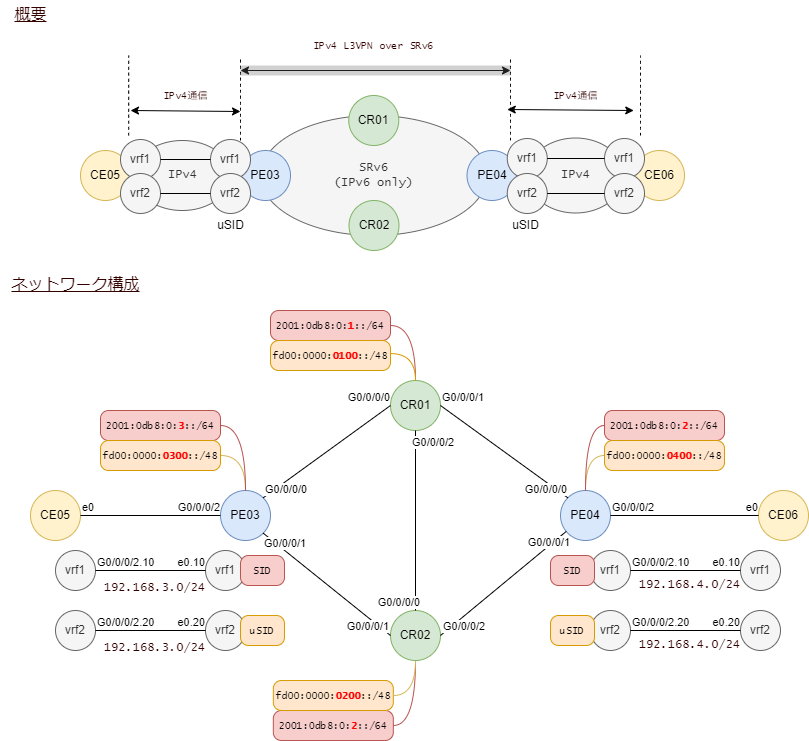
Earlier version of the draw.io export iosxr_config/img/srv6_l3vpn_usid_flexalgo.drawio.png (takamitsu-iida/srv6-guide). Source tidied: cells renumbered, new cells last; positions are measured from the earlier drawing's top-left corner, leaving out a move shared by most shapes.
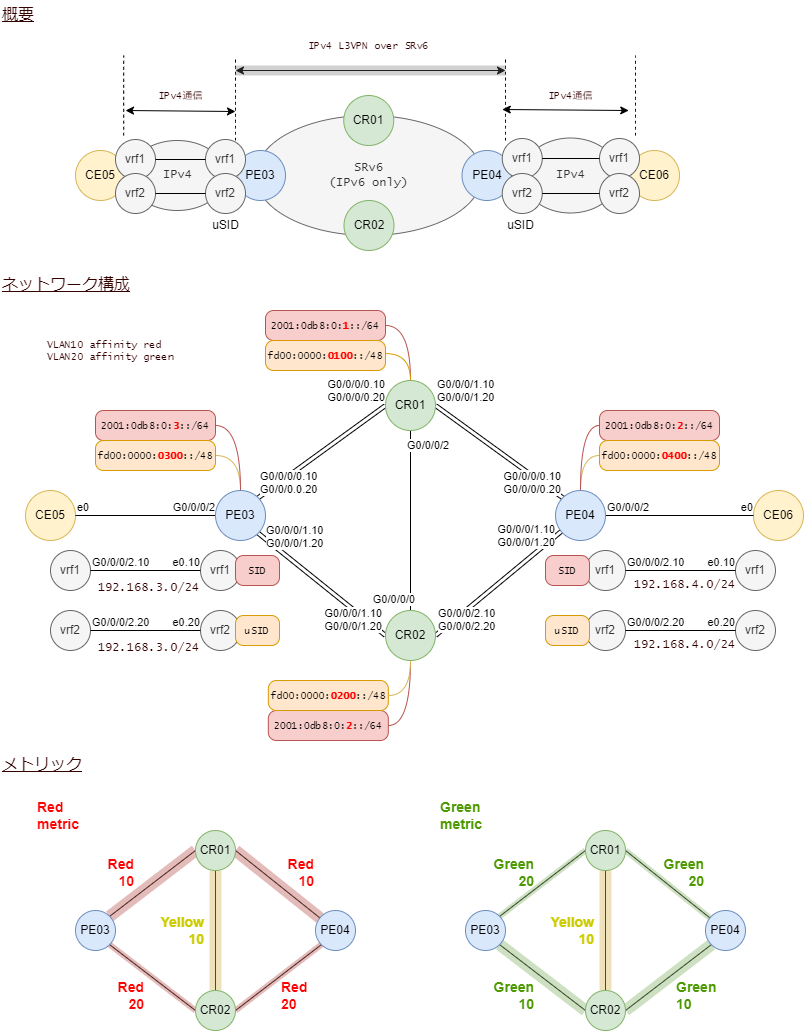
The same file after the commit.

Diff of the diagram source:
```diff
@@ -50,8 +50,8 @@
     <mxCell id="14" value="IPv4通信" style="text;html=1;align=center;verticalAlign=middle;strokeColor=none;fillColor=none;fontSize=10;fontFamily=Lucida Console;fontColor=#330000;" parent="1" vertex="1">
       <mxGeometry x="540" y="80" width="70" height="30" as="geometry" />
     </mxCell>
-    <mxCell id="15" value="&lt;u&gt;概要&lt;/u&gt;" style="text;html=1;align=center;verticalAlign=middle;strokeColor=none;fillColor=none;fontSize=16;fontFamily=Lucida Console;fontColor=#330000;" parent="1" vertex="1">
-      <mxGeometry width="60" height="30" as="geometry" />
+    <mxCell id="15" value="&lt;u&gt;概要&lt;/u&gt;" style="text;html=1;align=left;verticalAlign=middle;strokeColor=none;fillColor=none;fontSize=16;fontFamily=Lucida Console;fontColor=#330000;" parent="1" vertex="1">
+      <mxGeometry x="5" width="60" height="30" as="geometry" />
     </mxCell>
     <mxCell id="16" style="endArrow=none;dashed=1;html=1;fontFamily=Lucida Console;fontSize=10;fontColor=#FF0000;curved=1;" parent="1" edge="1">
       <mxGeometry relative="1" as="geometry">
@@ -131,73 +131,63 @@
     <mxCell id="36" value="uSID" style="text;html=1;align=center;verticalAlign=middle;strokeColor=none;fillColor=none;" parent="1" vertex="1">
       <mxGeometry x="500" y="210" width="50" height="30" as="geometry" />
     </mxCell>
-    <mxCell id="37" value="CR01" style="ellipse;whiteSpace=wrap;html=1;fillColor=#d5e8d4;strokeColor=#82b366;" parent="1" vertex="1">
-      <mxGeometry x="390" y="380" width="50" height="50" as="geometry" />
-    </mxCell>
-    <mxCell id="38" value="CR02" style="ellipse;whiteSpace=wrap;html=1;fillColor=#d5e8d4;strokeColor=#82b366;" parent="1" vertex="1">
-      <mxGeometry x="390" y="610" width="50" height="50" as="geometry" />
-    </mxCell>
-    <mxCell id="39" value="PE03" style="ellipse;whiteSpace=wrap;html=1;fillColor=#dae8fc;strokeColor=#6c8ebf;" parent="1" vertex="1">
-      <mxGeometry x="220" y="490" width="50" height="50" as="geometry" />
-    </mxCell>
-    <mxCell id="40" value="PE04" style="ellipse;whiteSpace=wrap;html=1;fillColor=#dae8fc;strokeColor=#6c8ebf;" parent="1" vertex="1">
-      <mxGeometry x="560" y="490" width="50" height="50" as="geometry" />
-    </mxCell>
     <mxCell id="41" style="endArrow=none;html=1;exitX=0.5;exitY=1;exitDx=0;exitDy=0;endFill=0;" parent="1" edge="1" source="37" target="38">
       <mxGeometry relative="1" as="geometry" />
     </mxCell>
     <mxCell id="42" value="G0/0/0/2" style="edgeLabel;html=1;align=left;verticalAlign=bottom;" parent="41" vertex="1">
       <mxGeometry x="-1" relative="1" as="geometry">
-        <mxPoint x="-5" y="20" as="offset" />
+        <mxPoint x="-5" y="23" as="offset" />
       </mxGeometry>
     </mxCell>
     <mxCell id="43" value="G0/0/0/0" style="edgeLabel;html=1;align=right;verticalAlign=bottom;" parent="41" vertex="1">
       <mxGeometry x="1" relative="1" as="geometry">
-        <mxPoint x="5" as="offset" />
+        <mxPoint x="5" y="-3" as="offset" />
       </mxGeometry>
     </mxCell>
-    <mxCell id="44" style="endArrow=none;html=1;exitX=1;exitY=0.5;exitDx=0;exitDy=0;endFill=0;entryX=0;entryY=0;entryDx=0;entryDy=0;rounded=1;" parent="1" edge="1" source="37" target="40">
+    <mxCell id="44" style="endArrow=none;html=1;exitX=1;exitY=0.5;exitDx=0;exitDy=0;endFill=0;entryX=0;entryY=0;entryDx=0;entryDy=0;rounded=1;shape=link;" parent="1" edge="1" source="37" target="40">
       <mxGeometry relative="1" as="geometry" />
     </mxCell>
-    <mxCell id="45" value="G0/0/0/1" style="edgeLabel;html=1;align=left;verticalAlign=bottom;" parent="44" vertex="1">
+    <mxCell id="45" value="G0/0/0/1.10&lt;br&gt;G0/0/0/1.20" style="edgeLabel;html=1;align=left;verticalAlign=bottom;" parent="44" vertex="1">
       <mxGeometry x="-1" relative="1" as="geometry" />
     </mxCell>
-    <mxCell id="46" value="G0/0/0/0" style="edgeLabel;html=1;align=right;verticalAlign=bottom;" parent="44" vertex="1">
-      <mxGeometry x="1" relative="1" as="geometry" />
+    <mxCell id="46" value="G0/0/0/0.10&lt;br&gt;G0/0/0/0.20" style="edgeLabel;html=1;align=right;verticalAlign=bottom;" parent="44" vertex="1">
+      <mxGeometry x="1" relative="1" as="geometry">
+        <mxPoint x="-1" as="offset" />
+      </mxGeometry>
     </mxCell>
-    <mxCell id="47" style="endArrow=none;html=1;exitX=1;exitY=0.5;exitDx=0;exitDy=0;endFill=0;rounded=1;" parent="1" edge="1" source="38" target="40">
+    <mxCell id="47" style="endArrow=none;html=1;exitX=1;exitY=0.5;exitDx=0;exitDy=0;endFill=0;rounded=1;shape=link;" parent="1" edge="1" source="38" target="40">
       <mxGeometry relative="1" as="geometry" />
     </mxCell>
-    <mxCell id="48" value="G0/0/0/2" style="edgeLabel;html=1;align=left;verticalAlign=bottom;" parent="47" vertex="1">
+    <mxCell id="48" value="G0/0/0/2.10&lt;br&gt;G0/0/0/2.20" style="edgeLabel;html=1;align=left;verticalAlign=bottom;" parent="47" vertex="1">
       <mxGeometry x="-1" relative="1" as="geometry">
         <mxPoint x="1" y="-1" as="offset" />
       </mxGeometry>
     </mxCell>
-    <mxCell id="49" value="G0/0/0/1" style="edgeLabel;html=1;align=right;verticalAlign=bottom;" parent="47" vertex="1">
+    <mxCell id="49" value="G0/0/0/1.10&lt;br&gt;G0/0/0/1.20" style="edgeLabel;html=1;align=right;verticalAlign=bottom;" parent="47" vertex="1">
       <mxGeometry x="1" relative="1" as="geometry">
-        <mxPoint x="4" y="19" as="offset" />
+        <mxPoint x="-6" y="19" as="offset" />
       </mxGeometry>
     </mxCell>
-    <mxCell id="50" style="endArrow=none;html=1;exitX=1;exitY=1;exitDx=0;exitDy=0;endFill=0;entryX=0;entryY=0.5;entryDx=0;entryDy=0;" parent="1" edge="1" source="39" target="38">
+    <mxCell id="50" style="endArrow=none;html=1;exitX=1;exitY=1;exitDx=0;exitDy=0;endFill=0;entryX=0;entryY=0.5;entryDx=0;entryDy=0;shape=link;" parent="1" edge="1" source="39" target="38">
       <mxGeometry relative="1" as="geometry" />
     </mxCell>
-    <mxCell id="51" value="G0/0/0/1" style="edgeLabel;html=1;align=left;verticalAlign=bottom;" parent="50" vertex="1">
+    <mxCell id="51" value="G0/0/0/1.10&lt;br&gt;G0/0/0/1.20" style="edgeLabel;html=1;align=left;verticalAlign=bottom;" parent="50" vertex="1">
       <mxGeometry x="-1" relative="1" as="geometry">
-        <mxPoint x="-1" y="18" as="offset" />
+        <mxPoint x="6" y="18" as="offset" />
       </mxGeometry>
     </mxCell>
-    <mxCell id="52" value="G0/0/0/1" style="edgeLabel;html=1;align=right;verticalAlign=bottom;" parent="50" vertex="1">
+    <mxCell id="52" value="G0/0/0/1.10&lt;br&gt;G0/0/0/1.20" style="edgeLabel;html=1;align=right;verticalAlign=bottom;" parent="50" vertex="1">
       <mxGeometry x="1" relative="1" as="geometry">
-        <mxPoint x="-1" y="-1" as="offset" />
+        <mxPoint x="-3" y="-1" as="offset" />
       </mxGeometry>
     </mxCell>
-    <mxCell id="53" style="endArrow=none;html=1;exitX=1;exitY=0;exitDx=0;exitDy=0;endFill=0;entryX=0;entryY=0.5;entryDx=0;entryDy=0;" parent="1" edge="1" source="39" target="37">
+    <mxCell id="53" style="endArrow=none;html=1;exitX=1;exitY=0;exitDx=0;exitDy=0;endFill=0;entryX=0;entryY=0.5;entryDx=0;entryDy=0;shape=link;" parent="1" edge="1" source="39" target="37">
       <mxGeometry relative="1" as="geometry" />
     </mxCell>
-    <mxCell id="54" value="G0/0/0/0" style="edgeLabel;html=1;align=left;verticalAlign=bottom;" parent="53" vertex="1">
+    <mxCell id="54" value="G0/0/0/0.10&lt;br&gt;G0/0/0.0.20" style="edgeLabel;html=1;align=left;verticalAlign=bottom;" parent="53" vertex="1">
       <mxGeometry x="-1" relative="1" as="geometry" />
     </mxCell>
-    <mxCell id="55" value="G0/0/0/0" style="edgeLabel;html=1;align=right;verticalAlign=bottom;" parent="53" vertex="1">
+    <mxCell id="55" value="G0/0/0/0.10&lt;br&gt;G0/0/0/0.20" style="edgeLabel;html=1;align=right;verticalAlign=bottom;" parent="53" vertex="1">
       <mxGeometry x="1" relative="1" as="geometry" />
     </mxCell>
     <mxCell id="56" value="CE06" style="ellipse;whiteSpace=wrap;html=1;fillColor=#fff2cc;strokeColor=#d6b656;" parent="1" vertex="1">
@@ -284,8 +274,8 @@
     <mxCell id="83" style="edgeStyle=orthogonalEdgeStyle;curved=1;html=1;entryX=1;entryY=0.5;entryDx=0;entryDy=0;fontFamily=Lucida Console;fontSize=10;fontColor=#FF0000;endArrow=none;endFill=0;fillColor=#f8cecc;strokeColor=#b85450;" parent="1" edge="1" source="37" target="82">
       <mxGeometry relative="1" as="geometry" />
     </mxCell>
-    <mxCell id="84" value="&lt;u&gt;ネットワーク構成&lt;/u&gt;" style="text;html=1;align=center;verticalAlign=middle;strokeColor=none;fillColor=none;fontSize=16;fontFamily=Lucida Console;fontColor=#330000;" parent="1" vertex="1">
-      <mxGeometry y="270" width="150" height="30" as="geometry" />
+    <mxCell id="84" value="&lt;u&gt;ネットワーク構成&lt;/u&gt;" style="text;html=1;align=left;verticalAlign=middle;strokeColor=none;fillColor=none;fontSize=16;fontFamily=Lucida Console;fontColor=#330000;" parent="1" vertex="1">
+      <mxGeometry x="5" y="270" width="150" height="30" as="geometry" />
     </mxCell>
     <mxCell id="85" value="fd00:0000:&lt;b&gt;&lt;font color=&quot;#ff0000&quot;&gt;0100&lt;/font&gt;&lt;/b&gt;::/48" style="rounded=1;whiteSpace=wrap;html=1;strokeColor=#d79b00;strokeWidth=1;fontFamily=Lucida Console;fontSize=10;fillColor=#ffe6cc;arcSize=27;" parent="1" vertex="1">
       <mxGeometry x="270" y="340" width="120" height="30" as="geometry" />
@@ -359,5 +349,143 @@
     <mxCell id="108" style="edgeStyle=orthogonalEdgeStyle;curved=1;html=1;fontFamily=Lucida Console;fontSize=10;fontColor=#FF0000;endArrow=none;endFill=0;entryX=0;entryY=0.5;entryDx=0;entryDy=0;exitX=0.5;exitY=0;exitDx=0;exitDy=0;fillColor=#f8cecc;strokeColor=#b85450;" parent="1" edge="1" source="40" target="80">
       <mxGeometry relative="1" as="geometry" />
     </mxCell>
+    <mxCell id="109" value="&lt;b&gt;&lt;font color=&quot;#ff0000&quot;&gt;Red&lt;br&gt;metric&lt;br&gt;&lt;/font&gt;&lt;/b&gt;" style="text;html=1;align=left;verticalAlign=middle;strokeColor=none;fillColor=none;fontSize=14;" parent="1" vertex="1">
+      <mxGeometry x="40" y="790" width="70" height="50" as="geometry" />
+    </mxCell>
+    <mxCell id="37" value="CR01" style="ellipse;whiteSpace=wrap;html=1;fillColor=#d5e8d4;strokeColor=#82b366;" parent="1" vertex="1">
+      <mxGeometry x="390" y="380" width="50" height="50" as="geometry" />
+    </mxCell>
+    <mxCell id="38" value="CR02" style="ellipse;whiteSpace=wrap;html=1;fillColor=#d5e8d4;strokeColor=#82b366;" parent="1" vertex="1">
+      <mxGeometry x="390" y="610" width="50" height="50" as="geometry" />
+    </mxCell>
+    <mxCell id="39" value="PE03" style="ellipse;whiteSpace=wrap;html=1;fillColor=#dae8fc;strokeColor=#6c8ebf;" parent="1" vertex="1">
+      <mxGeometry x="220" y="490" width="50" height="50" as="geometry" />
+    </mxCell>
+    <mxCell id="40" value="PE04" style="ellipse;whiteSpace=wrap;html=1;fillColor=#dae8fc;strokeColor=#6c8ebf;" parent="1" vertex="1">
+      <mxGeometry x="560" y="490" width="50" height="50" as="geometry" />
+    </mxCell>
+    <mxCell id="110" value="VLAN10 affinity red&lt;br&gt;VLAN20 affinity green" style="text;html=1;align=left;verticalAlign=middle;strokeColor=none;fillColor=none;fontSize=10;fontFamily=Lucida Console;fontColor=#330000;" parent="1" vertex="1">
+      <mxGeometry x="50" y="330" width="150" height="40" as="geometry" />
+    </mxCell>
+    <mxCell id="111" style="endArrow=none;html=1;exitX=1;exitY=0;exitDx=0;exitDy=0;entryX=0;entryY=0.5;entryDx=0;entryDy=0;" parent="1" edge="1" source="145" target="146">
+      <mxGeometry relative="1" as="geometry" />
+    </mxCell>
+    <mxCell id="112" style="endArrow=none;html=1;entryX=1;entryY=0.5;entryDx=0;entryDy=0;" parent="1" edge="1" source="148" target="146">
+      <mxGeometry relative="1" as="geometry" />
+    </mxCell>
+    <mxCell id="113" style="endArrow=none;html=1;entryX=1;entryY=1;entryDx=0;entryDy=0;exitX=0;exitY=0.5;exitDx=0;exitDy=0;" parent="1" edge="1" source="147" target="145">
+      <mxGeometry relative="1" as="geometry" />
+    </mxCell>
+    <mxCell id="114" style="endArrow=none;html=1;entryX=0;entryY=1;entryDx=0;entryDy=0;exitX=1;exitY=0.5;exitDx=0;exitDy=0;" parent="1" edge="1" source="147" target="148">
+      <mxGeometry relative="1" as="geometry" />
+    </mxCell>
+    <mxCell id="115" style="endArrow=none;html=1;entryX=0.5;entryY=1;entryDx=0;entryDy=0;" parent="1" edge="1" source="147" target="146">
+      <mxGeometry relative="1" as="geometry" />
+    </mxCell>
+    <mxCell id="116" style="endArrow=none;html=1;strokeWidth=12;fontSize=14;fontColor=#4D9900;opacity=40;fillColor=#fff2cc;strokeColor=#d6b656;exitX=0.5;exitY=0;exitDx=0;exitDy=0;entryX=0.5;entryY=1;entryDx=0;entryDy=0;" parent="1" edge="1" source="147" target="146">
+      <mxGeometry relative="1" as="geometry" />
+    </mxCell>
+    <mxCell id="117" style="endArrow=none;html=1;strokeWidth=12;fontSize=14;fontColor=#4D9900;opacity=40;fillColor=#f8cecc;strokeColor=#b85450;entryX=1;entryY=0;entryDx=0;entryDy=0;exitX=0;exitY=0.5;exitDx=0;exitDy=0;" parent="1" edge="1" source="146" target="145">
+      <mxGeometry relative="1" as="geometry" />
+    </mxCell>
+    <mxCell id="118" style="endArrow=none;html=1;strokeWidth=12;fontSize=14;fontColor=#4D9900;opacity=40;fillColor=#f8cecc;strokeColor=#b85450;exitX=1;exitY=0.5;exitDx=0;exitDy=0;" parent="1" edge="1" source="146" target="148">
+      <mxGeometry relative="1" as="geometry" />
+    </mxCell>
+    <mxCell id="119" value="&lt;b&gt;&lt;font color=&quot;#ff0000&quot;&gt;Red&lt;br&gt;10&lt;/font&gt;&lt;br&gt;&lt;/b&gt;" style="text;html=1;align=right;verticalAlign=middle;strokeColor=none;fillColor=none;fontSize=14;" parent="1" vertex="1">
+      <mxGeometry x="90" y="847" width="50" height="50" as="geometry" />
+    </mxCell>
+    <mxCell id="120" value="&lt;b&gt;&lt;font color=&quot;#ff0000&quot;&gt;Red&lt;br&gt;10&lt;/font&gt;&lt;br&gt;&lt;/b&gt;" style="text;html=1;align=right;verticalAlign=middle;strokeColor=none;fillColor=none;fontSize=14;" parent="1" vertex="1">
+      <mxGeometry x="270" y="847" width="50" height="50" as="geometry" />
+    </mxCell>
+    <mxCell id="121" value="&lt;b&gt;&lt;font color=&quot;#ff0000&quot;&gt;Red&lt;br&gt;20&lt;/font&gt;&lt;br&gt;&lt;/b&gt;" style="text;html=1;align=right;verticalAlign=middle;strokeColor=none;fillColor=none;fontSize=14;" parent="1" vertex="1">
+      <mxGeometry x="100" y="970" width="50" height="50" as="geometry" />
+    </mxCell>
+    <mxCell id="122" value="&lt;b&gt;&lt;font color=&quot;#ff0000&quot;&gt;Red&lt;br&gt;20&lt;/font&gt;&lt;br&gt;&lt;/b&gt;" style="text;html=1;align=left;verticalAlign=middle;strokeColor=none;fillColor=none;fontSize=14;" parent="1" vertex="1">
+      <mxGeometry x="284" y="970" width="50" height="50" as="geometry" />
+    </mxCell>
+    <mxCell id="123" value="&lt;font color=&quot;#cccc00&quot;&gt;Yellow&lt;br&gt;10&lt;/font&gt;" style="text;html=1;align=right;verticalAlign=middle;strokeColor=none;fillColor=none;fontSize=14;fontStyle=1;" parent="1" vertex="1">
+      <mxGeometry x="140" y="905" width="70" height="50" as="geometry" />
+    </mxCell>
+    <mxCell id="124" style="endArrow=none;html=1;exitX=1;exitY=0;exitDx=0;exitDy=0;entryX=0;entryY=0.5;entryDx=0;entryDy=0;" parent="1" edge="1" source="141" target="142">
+      <mxGeometry relative="1" as="geometry" />
+    </mxCell>
+    <mxCell id="125" style="endArrow=none;html=1;entryX=1;entryY=0.5;entryDx=0;entryDy=0;" parent="1" edge="1" source="144" target="142">
+      <mxGeometry relative="1" as="geometry" />
+    </mxCell>
+    <mxCell id="126" style="endArrow=none;html=1;entryX=1;entryY=1;entryDx=0;entryDy=0;exitX=0;exitY=0.5;exitDx=0;exitDy=0;" parent="1" edge="1" source="143" target="141">
+      <mxGeometry relative="1" as="geometry" />
+    </mxCell>
+    <mxCell id="127" style="endArrow=none;html=1;entryX=0;entryY=1;entryDx=0;entryDy=0;exitX=1;exitY=0.5;exitDx=0;exitDy=0;" parent="1" edge="1" source="143" target="144">
+      <mxGeometry relative="1" as="geometry" />
+    </mxCell>
+    <mxCell id="128" style="endArrow=none;html=1;entryX=0.5;entryY=1;entryDx=0;entryDy=0;" parent="1" edge="1" source="143" target="142">
+      <mxGeometry relative="1" as="geometry" />
+    </mxCell>
+    <mxCell id="129" style="endArrow=none;html=1;strokeWidth=12;fontSize=14;fontColor=#4D9900;opacity=40;fillColor=#fff2cc;strokeColor=#d6b656;exitX=0.5;exitY=0;exitDx=0;exitDy=0;entryX=0.5;entryY=1;entryDx=0;entryDy=0;" parent="1" edge="1" source="143" target="142">
+      <mxGeometry relative="1" as="geometry" />
+    </mxCell>
+    <mxCell id="130" value="&lt;font color=&quot;#cccc00&quot;&gt;Yellow&lt;br&gt;10&lt;/font&gt;" style="text;html=1;align=right;verticalAlign=middle;strokeColor=none;fillColor=none;fontSize=14;fontStyle=1;" parent="1" vertex="1">
+      <mxGeometry x="530" y="905" width="70" height="50" as="geometry" />
+    </mxCell>
+    <mxCell id="131" value="&lt;b&gt;&lt;font color=&quot;#4d9900&quot;&gt;Green&lt;br&gt;20&lt;/font&gt;&lt;/b&gt;" style="text;html=1;align=right;verticalAlign=middle;strokeColor=none;fillColor=none;fontSize=14;" parent="1" vertex="1">
+      <mxGeometry x="480" y="847" width="60" height="50" as="geometry" />
+    </mxCell>
+    <mxCell id="132" value="&lt;b&gt;&lt;font color=&quot;#4d9900&quot;&gt;Green&lt;br&gt;20&lt;/font&gt;&lt;/b&gt;" style="text;html=1;align=right;verticalAlign=middle;strokeColor=none;fillColor=none;fontSize=14;" parent="1" vertex="1">
+      <mxGeometry x="650" y="847" width="60" height="50" as="geometry" />
+    </mxCell>
+    <mxCell id="133" style="endArrow=none;html=1;strokeWidth=12;fontSize=14;fontColor=#4D9900;opacity=40;fillColor=#d5e8d4;strokeColor=#82b366;exitX=0;exitY=1;exitDx=0;exitDy=0;entryX=1;entryY=0.5;entryDx=0;entryDy=0;" parent="1" edge="1" source="144" target="143">
+      <mxGeometry relative="1" as="geometry" />
+    </mxCell>
+    <mxCell id="134" style="endArrow=none;html=1;strokeWidth=12;fontSize=14;fontColor=#4D9900;opacity=40;fillColor=#d5e8d4;strokeColor=#82b366;exitX=1;exitY=1;exitDx=0;exitDy=0;entryX=0;entryY=0.5;entryDx=0;entryDy=0;" parent="1" edge="1" source="141" target="143">
+      <mxGeometry relative="1" as="geometry" />
+    </mxCell>
+    <mxCell id="135" value="&lt;b&gt;&lt;font color=&quot;#4d9900&quot;&gt;Green&lt;br&gt;10&lt;/font&gt;&lt;/b&gt;" style="text;html=1;align=right;verticalAlign=middle;strokeColor=none;fillColor=none;fontSize=14;" parent="1" vertex="1">
+      <mxGeometry x="480" y="970" width="60" height="50" as="geometry" />
+    </mxCell>
+    <mxCell id="136" value="&lt;b&gt;&lt;font color=&quot;#4d9900&quot;&gt;Green&lt;br&gt;10&lt;/font&gt;&lt;/b&gt;" style="text;html=1;align=left;verticalAlign=middle;strokeColor=none;fillColor=none;fontSize=14;" parent="1" vertex="1">
+      <mxGeometry x="678.5" y="970" width="60" height="50" as="geometry" />
+    </mxCell>
+    <mxCell id="137" style="endArrow=none;html=1;strokeWidth=6;fontSize=12;fontColor=#4D9900;opacity=40;fillColor=#f8cecc;strokeColor=#b85450;entryX=1;entryY=1;entryDx=0;entryDy=0;exitX=0;exitY=0.5;exitDx=0;exitDy=0;startSize=6;" parent="1" edge="1" source="147" target="145">
+      <mxGeometry relative="1" as="geometry" />
+    </mxCell>
+    <mxCell id="138" style="endArrow=none;html=1;strokeWidth=6;fontSize=12;fontColor=#4D9900;opacity=40;fillColor=#f8cecc;strokeColor=#b85450;entryX=1;entryY=0.5;entryDx=0;entryDy=0;exitX=0;exitY=1;exitDx=0;exitDy=0;startSize=6;" parent="1" edge="1" source="148" target="147">
+      <mxGeometry relative="1" as="geometry" />
+    </mxCell>
+    <mxCell id="139" style="endArrow=none;html=1;strokeWidth=6;fontSize=14;fontColor=#4D9900;opacity=40;fillColor=#d5e8d4;strokeColor=#82b366;entryX=0;entryY=0.5;entryDx=0;entryDy=0;exitX=1;exitY=0;exitDx=0;exitDy=0;" parent="1" edge="1" source="141" target="142">
+      <mxGeometry relative="1" as="geometry" />
+    </mxCell>
+    <mxCell id="140" style="endArrow=none;html=1;strokeWidth=6;fontSize=14;fontColor=#4D9900;opacity=40;fillColor=#d5e8d4;strokeColor=#82b366;entryX=1;entryY=0.5;entryDx=0;entryDy=0;" parent="1" edge="1" source="144" target="142">
+      <mxGeometry relative="1" as="geometry" />
+    </mxCell>
+    <mxCell id="141" value="PE03" style="ellipse;whiteSpace=wrap;html=1;fillColor=#dae8fc;strokeColor=#6c8ebf;" parent="1" vertex="1">
+      <mxGeometry x="470" y="910" width="40" height="40" as="geometry" />
+    </mxCell>
+    <mxCell id="142" value="CR01" style="ellipse;whiteSpace=wrap;html=1;fillColor=#d5e8d4;strokeColor=#82b366;" parent="1" vertex="1">
+      <mxGeometry x="590" y="830" width="40" height="40" as="geometry" />
+    </mxCell>
+    <mxCell id="143" value="CR02" style="ellipse;whiteSpace=wrap;html=1;fillColor=#d5e8d4;strokeColor=#82b366;" parent="1" vertex="1">
+      <mxGeometry x="590" y="990" width="40" height="40" as="geometry" />
+    </mxCell>
+    <mxCell id="144" value="PE04" style="ellipse;whiteSpace=wrap;html=1;fillColor=#dae8fc;strokeColor=#6c8ebf;" parent="1" vertex="1">
+      <mxGeometry x="710" y="910" width="40" height="40" as="geometry" />
+    </mxCell>
+    <mxCell id="145" value="PE03" style="ellipse;whiteSpace=wrap;html=1;fillColor=#dae8fc;strokeColor=#6c8ebf;" parent="1" vertex="1">
+      <mxGeometry x="80" y="910" width="40" height="40" as="geometry" />
+    </mxCell>
+    <mxCell id="146" value="CR01" style="ellipse;whiteSpace=wrap;html=1;fillColor=#d5e8d4;strokeColor=#82b366;" parent="1" vertex="1">
+      <mxGeometry x="200" y="830" width="40" height="40" as="geometry" />
+    </mxCell>
+    <mxCell id="147" value="CR02" style="ellipse;whiteSpace=wrap;html=1;fillColor=#d5e8d4;strokeColor=#82b366;" parent="1" vertex="1">
+      <mxGeometry x="200" y="990" width="40" height="40" as="geometry" />
+    </mxCell>
+    <mxCell id="148" value="PE04" style="ellipse;whiteSpace=wrap;html=1;fillColor=#dae8fc;strokeColor=#6c8ebf;" parent="1" vertex="1">
+      <mxGeometry x="320" y="910" width="40" height="40" as="geometry" />
+    </mxCell>
+    <mxCell id="149" value="&lt;b&gt;&lt;font color=&quot;#4d9900&quot;&gt;Green&lt;br&gt;metric&lt;/font&gt;&lt;/b&gt;" style="text;html=1;align=left;verticalAlign=middle;strokeColor=none;fillColor=none;fontSize=14;" parent="1" vertex="1">
+      <mxGeometry x="443.2" y="790" width="70" height="50" as="geometry" />
+    </mxCell>
+    <mxCell id="150" value="&lt;u&gt;メトリック&lt;/u&gt;" style="text;html=1;align=left;verticalAlign=middle;strokeColor=none;fillColor=none;fontSize=16;fontFamily=Lucida Console;fontColor=#330000;" parent="1" vertex="1">
+      <mxGeometry x="5" y="750" width="100" height="30" as="geometry" />
+    </mxCell>
   </root>
 </mxGraphModel>
```
